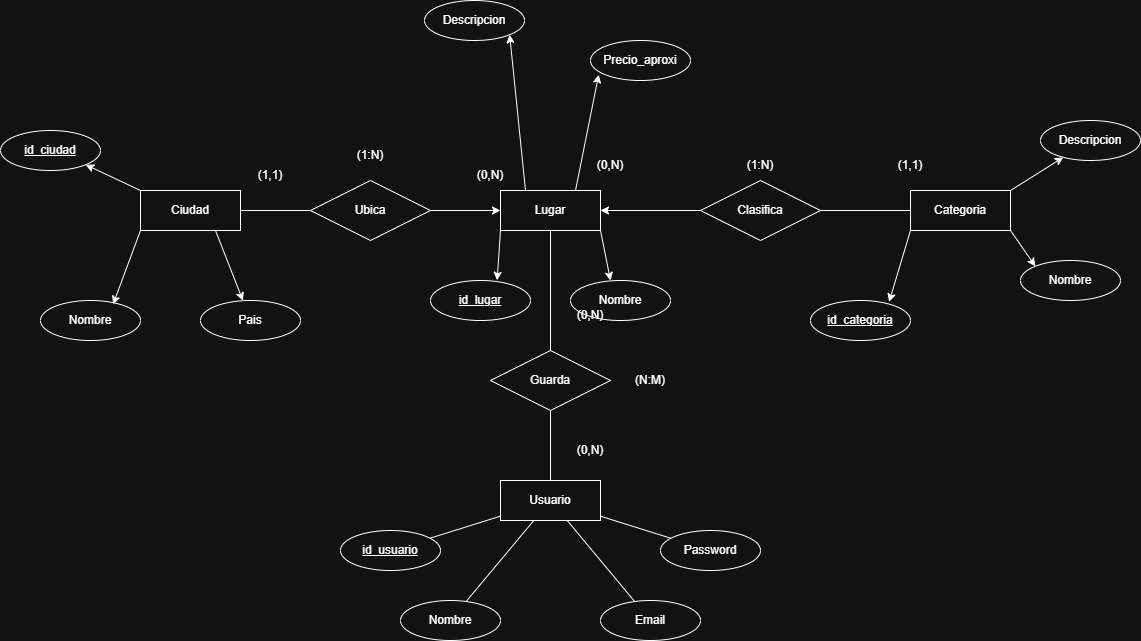
Earlier version of the draw.io export docs/er.png (danilogar019-dotcom/erasmate-backend). Source tidied: cells renumbered, new cells last; positions are measured from the earlier drawing's top-left corner, leaving out a move shared by most shapes.
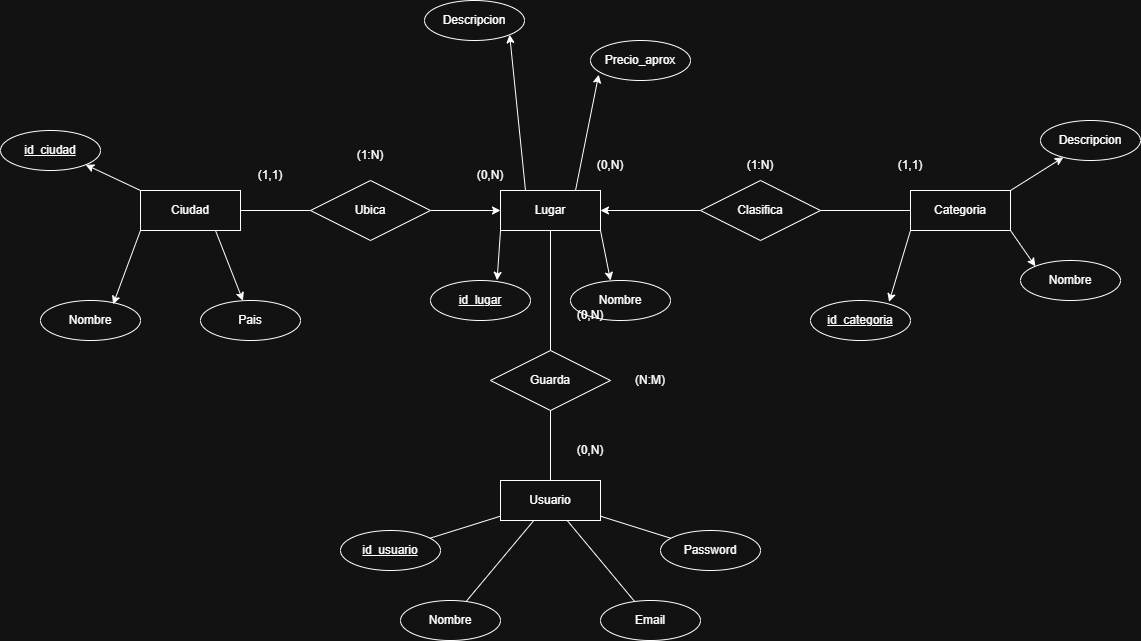
After the change.

Diff of the diagram source:
```diff
@@ -95,7 +95,7 @@
     <mxCell id="32" value="Nombre" style="ellipse;whiteSpace=wrap;html=1;align=center;" parent="1" vertex="1">
       <mxGeometry x="570" y="280" width="100" height="40" as="geometry" />
     </mxCell>
-    <mxCell id="33" value="Precio_aproxi" style="ellipse;whiteSpace=wrap;html=1;align=center;" parent="1" vertex="1">
+    <mxCell id="33" value="Precio_aprox" style="ellipse;whiteSpace=wrap;html=1;align=center;" parent="1" vertex="1">
       <mxGeometry x="590" y="40" width="100" height="40" as="geometry" />
     </mxCell>
     <mxCell id="34" style="rounded=0;jettySize=auto;html=1;exitX=0;exitY=1;exitDx=0;exitDy=0;entryX=0.666;entryY=-0.005;entryDx=0;entryDy=0;entryPerimeter=0;shape=wire;" parent="1" edge="1" source="3" target="30">
```
